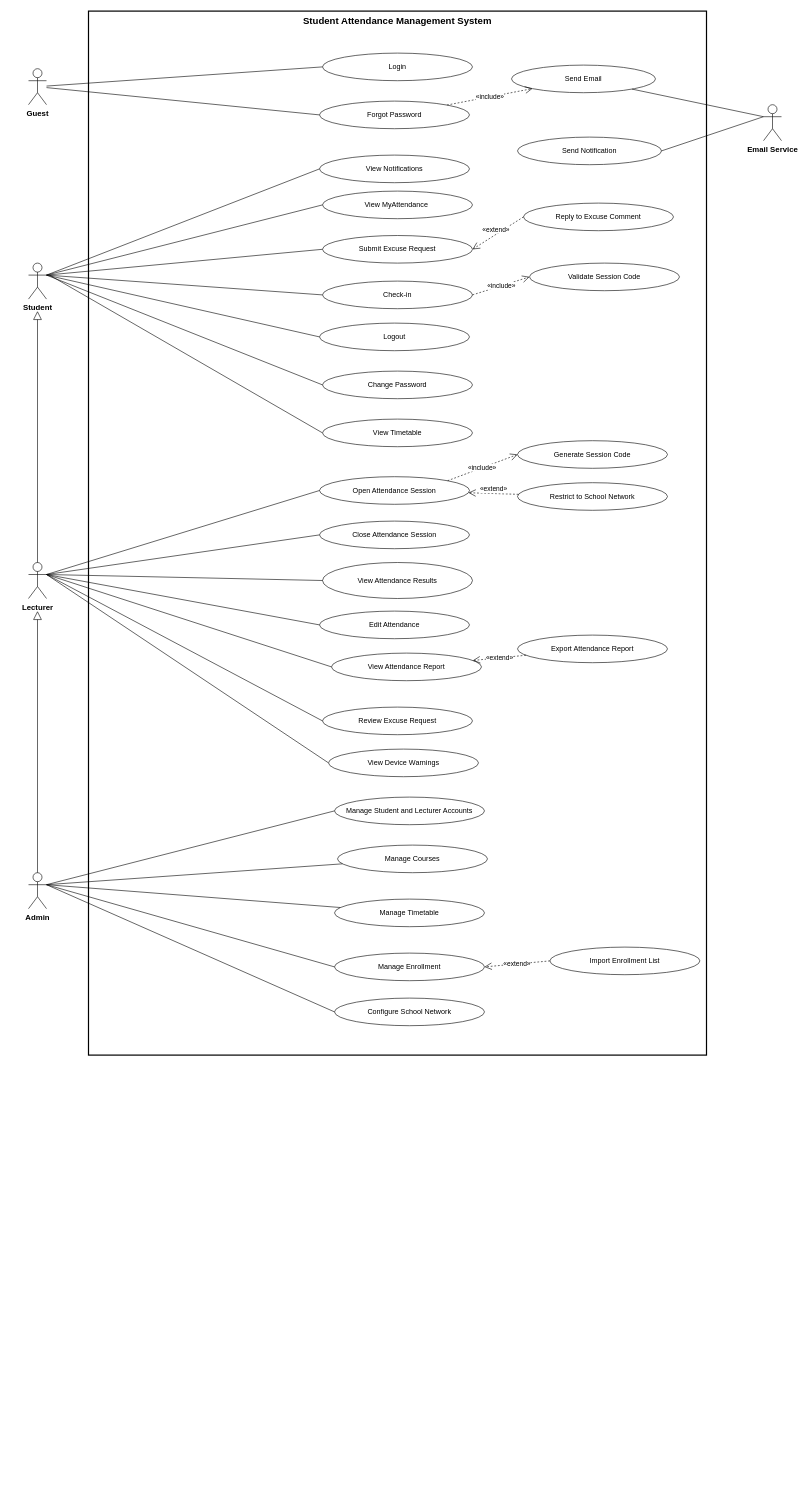
Above: Student_Attendance_Usecase.drawio.xml in QnTIie2409/CNPM-GROUP03 (draw.io), before the change. Source tidied: cells renumbered, new cells numbered last; positions are measured from the earlier drawing's top-left corner, leaving out a move shared by most shapes. Both pictures are drawn from the tidied source at 60%, with x=0, y=0 at pixel (28, 11).
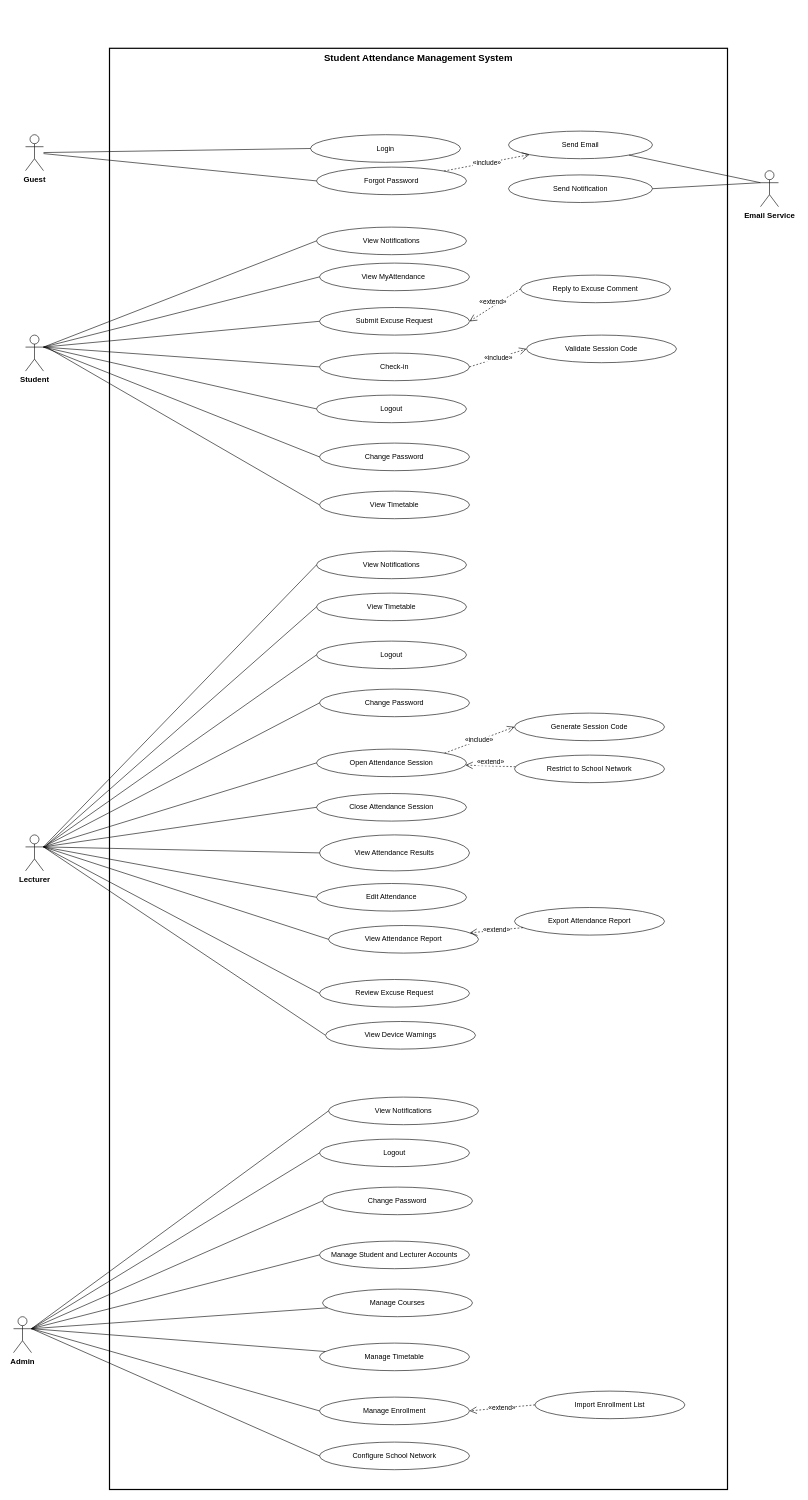
The same page after the edit.

The edit, as a diff of the source:
```diff
@@
     <mxCell id="2" value="Student Attendance Management System" style="rounded=0;whiteSpace=wrap;html=1;fillColor=none;verticalAlign=top;fontStyle=1;fontSize=16;strokeWidth=2;" parent="1" vertex="1">
-      <mxGeometry x="100" width="1030" height="1740" as="geometry" />
+      <mxGeometry x="135" y="62" width="1030" height="2402" as="geometry" />
     </mxCell>
     <mxCell id="3" value="Guest" style="shape=umlActor;verticalLabelPosition=bottom;verticalAlign=top;html=1;outlineConnect=0;fontStyle=1;fontSize=13;" parent="1" vertex="1">
-      <mxGeometry y="96" width="30" height="60" as="geometry" />
+      <mxGeometry x="-5" y="206" width="30" height="60" as="geometry" />
     </mxCell>
     <mxCell id="4" value="Student" style="shape=umlActor;verticalLabelPosition=bottom;verticalAlign=top;html=1;outlineConnect=0;fontStyle=1;fontSize=13;" parent="1" vertex="1">
-      <mxGeometry y="420" width="30" height="60" as="geometry" />
+      <mxGeometry x="-5" y="540" width="30" height="60" as="geometry" />
     </mxCell>
     <mxCell id="5" value="Lecturer" style="shape=umlActor;verticalLabelPosition=bottom;verticalAlign=top;html=1;outlineConnect=0;fontStyle=1;fontSize=13;" parent="1" vertex="1">
-      <mxGeometry y="919" width="30" height="60" as="geometry" />
+      <mxGeometry x="-5" y="1373" width="30" height="60" as="geometry" />
     </mxCell>
     <mxCell id="6" value="Admin" style="shape=umlActor;verticalLabelPosition=bottom;verticalAlign=top;html=1;outlineConnect=0;fontStyle=1;fontSize=13;" parent="1" vertex="1">
-      <mxGeometry y="1436" width="30" height="60" as="geometry" />
+      <mxGeometry x="-25" y="2176" width="30" height="60" as="geometry" />
     </mxCell>
     <mxCell id="7" value="Email Service" style="shape=umlActor;verticalLabelPosition=bottom;verticalAlign=top;html=1;outlineConnect=0;fontStyle=1;fontSize=13;" parent="1" vertex="1">
-      <mxGeometry x="1225" y="156" width="30" height="60" as="geometry" />
+      <mxGeometry x="1220" y="266" width="30" height="60" as="geometry" />
     </mxCell>
     <mxCell id="8" value="Login" style="ellipse;whiteSpace=wrap;html=1;fontSize=12;fillColor=#ffffff;strokeColor=#000000;" parent="1" vertex="1">
-      <mxGeometry x="490" y="70" width="250" height="46" as="geometry" />
+      <mxGeometry x="470" y="206" width="250" height="46" as="geometry" />
     </mxCell>
     <mxCell id="9" value="Forgot Password" style="ellipse;whiteSpace=wrap;html=1;fontSize=12;fillColor=#ffffff;strokeColor=#000000;" parent="1" vertex="1">
-      <mxGeometry x="485" y="150" width="250" height="46" as="geometry" />
+      <mxGeometry x="480" y="260" width="250" height="46" as="geometry" />
     </mxCell>
     <mxCell id="10" value="Logout" style="ellipse;whiteSpace=wrap;html=1;fontSize=12;fillColor=#ffffff;strokeColor=#000000;" parent="1" vertex="1">
-      <mxGeometry x="485" y="520" width="250" height="46" as="geometry" />
+      <mxGeometry x="480" y="640" width="250" height="46" as="geometry" />
     </mxCell>
     <mxCell id="11" value="Change Password" style="ellipse;whiteSpace=wrap;html=1;fontSize=12;fillColor=#ffffff;strokeColor=#000000;" parent="1" vertex="1">
-      <mxGeometry x="490" y="600" width="250" height="46" as="geometry" />
+      <mxGeometry x="485" y="720" width="250" height="46" as="geometry" />
     </mxCell>
     <mxCell id="12" value="View Notifications" style="ellipse;whiteSpace=wrap;html=1;fontSize=12;fillColor=#ffffff;strokeColor=#000000;" parent="1" vertex="1">
-      <mxGeometry x="485" y="240" width="250" height="46" as="geometry" />
+      <mxGeometry x="480" y="360" width="250" height="46" as="geometry" />
     </mxCell>
     <mxCell id="13" value="Send Email" style="ellipse;whiteSpace=wrap;html=1;fontSize=12;fillColor=#ffffff;strokeColor=#000000;" parent="1" vertex="1">
-      <mxGeometry x="805" y="90" width="240" height="46" as="geometry" />
+      <mxGeometry x="800" y="200" width="240" height="46" as="geometry" />
     </mxCell>
     <mxCell id="14" value="Check-in" style="ellipse;whiteSpace=wrap;html=1;fontSize=12;fillColor=#ffffff;strokeColor=#000000;" parent="1" vertex="1">
-      <mxGeometry x="490" y="450" width="250" height="46" as="geometry" />
+      <mxGeometry x="485" y="570" width="250" height="46" as="geometry" />
     </mxCell>
     <mxCell id="15" value="Validate Session Code" style="ellipse;whiteSpace=wrap;html=1;fontSize=12;fillColor=#ffffff;strokeColor=#000000;" parent="1" vertex="1">
-      <mxGeometry x="835" y="420" width="250" height="46" as="geometry" />
+      <mxGeometry x="830" y="540" width="250" height="46" as="geometry" />
     </mxCell>
     <mxCell id="16" value="View MyAttendance&amp;nbsp;" style="ellipse;whiteSpace=wrap;html=1;fontSize=12;fillColor=#ffffff;strokeColor=#000000;" parent="1" vertex="1">
-      <mxGeometry x="490" y="300" width="250" height="46" as="geometry" />
+      <mxGeometry x="485" y="420" width="250" height="46" as="geometry" />
     </mxCell>
     <mxCell id="17" value="Submit Excuse Request" style="ellipse;whiteSpace=wrap;html=1;fontSize=12;fillColor=#ffffff;strokeColor=#000000;" parent="1" vertex="1">
-      <mxGeometry x="490" y="374" width="250" height="46" as="geometry" />
+      <mxGeometry x="485" y="494" width="250" height="46" as="geometry" />
     </mxCell>
     <mxCell id="18" value="Open Attendance Session" style="ellipse;whiteSpace=wrap;html=1;fontSize=12;fillColor=#ffffff;strokeColor=#000000;" parent="1" vertex="1">
-      <mxGeometry x="485" y="776" width="250" height="46" as="geometry" />
+      <mxGeometry x="480" y="1230" width="250" height="46" as="geometry" />
     </mxCell>
     <mxCell id="19" value="Generate Session Code" style="ellipse;whiteSpace=wrap;html=1;fontSize=12;fillColor=#ffffff;strokeColor=#000000;" parent="1" vertex="1">
-      <mxGeometry x="815" y="716" width="250" height="46" as="geometry" />
+      <mxGeometry x="810" y="1170" width="250" height="46" as="geometry" />
     </mxCell>
     <mxCell id="20" value="Restrict to School Network" style="ellipse;whiteSpace=wrap;html=1;fontSize=12;fillColor=#ffffff;strokeColor=#000000;" parent="1" vertex="1">
-      <mxGeometry x="815" y="786" width="250" height="46" as="geometry" />
+      <mxGeometry x="810" y="1240" width="250" height="46" as="geometry" />
     </mxCell>
     <mxCell id="21" value="Close Attendance Session" style="ellipse;whiteSpace=wrap;html=1;fontSize=12;fillColor=#ffffff;strokeColor=#000000;" parent="1" vertex="1">
-      <mxGeometry x="485" y="850" width="250" height="46" as="geometry" />
+      <mxGeometry x="480" y="1304" width="250" height="46" as="geometry" />
     </mxCell>
     <mxCell id="22" value="View Attendance Results" style="ellipse;whiteSpace=wrap;html=1;fontSize=12;fillColor=#ffffff;strokeColor=#000000;" parent="1" vertex="1">
-      <mxGeometry x="490" y="919" width="250" height="60" as="geometry" />
+      <mxGeometry x="485" y="1373" width="250" height="60" as="geometry" />
     </mxCell>
     <mxCell id="23" value="Edit Attendance" style="ellipse;whiteSpace=wrap;html=1;fontSize=12;fillColor=#ffffff;strokeColor=#000000;" parent="1" vertex="1">
-      <mxGeometry x="485" y="1000" width="250" height="46" as="geometry" />
+      <mxGeometry x="480" y="1454" width="250" height="46" as="geometry" />
     </mxCell>
     <mxCell id="24" value="View Attendance Report" style="ellipse;whiteSpace=wrap;html=1;fontSize=12;fillColor=#ffffff;strokeColor=#000000;" parent="1" vertex="1">
-      <mxGeometry x="505" y="1070" width="250" height="46" as="geometry" />
+      <mxGeometry x="500" y="1524" width="250" height="46" as="geometry" />
     </mxCell>
     <mxCell id="25" value="Export Attendance Report" style="ellipse;whiteSpace=wrap;html=1;fontSize=12;fillColor=#ffffff;strokeColor=#000000;" parent="1" vertex="1">
-      <mxGeometry x="815" y="1040" width="250" height="46" as="geometry" />
+      <mxGeometry x="810" y="1494" width="250" height="46" as="geometry" />
     </mxCell>
     <mxCell id="26" value="Review Excuse Request" style="ellipse;whiteSpace=wrap;html=1;fontSize=12;fillColor=#ffffff;strokeColor=#000000;" parent="1" vertex="1">
-      <mxGeometry x="490" y="1160" width="250" height="46" as="geometry" />
+      <mxGeometry x="485" y="1614" width="250" height="46" as="geometry" />
     </mxCell>
     <mxCell id="27" value="Manage Student and Lecturer Accounts" style="ellipse;whiteSpace=wrap;html=1;fontSize=12;fillColor=#ffffff;strokeColor=#000000;" parent="1" vertex="1">
-      <mxGeometry x="510" y="1310" width="250" height="46" as="geometry" />
+      <mxGeometry x="485" y="2050" width="250" height="46" as="geometry" />
     </mxCell>
     <mxCell id="28" value="Manage Courses" style="ellipse;whiteSpace=wrap;html=1;fontSize=12;fillColor=#ffffff;strokeColor=#000000;" parent="1" vertex="1">
-      <mxGeometry x="515" y="1390" width="250" height="46" as="geometry" />
+      <mxGeometry x="490" y="2130" width="250" height="46" as="geometry" />
     </mxCell>
     <mxCell id="29" value="Manage Timetable" style="ellipse;whiteSpace=wrap;html=1;fontSize=12;fillColor=#ffffff;strokeColor=#000000;" parent="1" vertex="1">
-      <mxGeometry x="510" y="1480" width="250" height="46" as="geometry" />
+      <mxGeometry x="485" y="2220" width="250" height="46" as="geometry" />
     </mxCell>
     <mxCell id="30" value="Manage Enrollment" style="ellipse;whiteSpace=wrap;html=1;fontSize=12;fillColor=#ffffff;strokeColor=#000000;" parent="1" vertex="1">
-      <mxGeometry x="510" y="1570" width="250" height="46" as="geometry" />
+      <mxGeometry x="485" y="2310" width="250" height="46" as="geometry" />
     </mxCell>
     <mxCell id="31" value="Import Enrollment List" style="ellipse;whiteSpace=wrap;html=1;fontSize=12;fillColor=#ffffff;strokeColor=#000000;" parent="1" vertex="1">
-      <mxGeometry x="869" y="1560" width="250" height="46" as="geometry" />
+      <mxGeometry x="844" y="2300" width="250" height="46" as="geometry" />
     </mxCell>
     <mxCell id="32" value="Configure School Network" style="ellipse;whiteSpace=wrap;html=1;fontSize=12;fillColor=#ffffff;strokeColor=#000000;" parent="1" vertex="1">
-      <mxGeometry x="510" y="1645" width="250" height="46" as="geometry" />
+      <mxGeometry x="485" y="2385" width="250" height="46" as="geometry" />
     </mxCell>
@@
     <mxCell id="59" value="Reply to Excuse Comment" style="ellipse;whiteSpace=wrap;html=1;fontSize=12;fillColor=#ffffff;strokeColor=#000000;" parent="1" vertex="1">
-      <mxGeometry x="825" y="320" width="250" height="46" as="geometry" />
+      <mxGeometry x="820" y="440" width="250" height="46" as="geometry" />
     </mxCell>
@@
     <mxCell id="61" value="Send Notification" style="ellipse;whiteSpace=wrap;html=1;fontSize=12;fillColor=#ffffff;strokeColor=#000000;" parent="1" vertex="1">
-      <mxGeometry x="815" y="210" width="240" height="46" as="geometry" />
+      <mxGeometry x="800" y="273" width="240" height="46" as="geometry" />
     </mxCell>
@@
-    <mxCell id="63" style="endArrow=block;endFill=0;endSize=12;html=1;rounded=0;defaultLabelBackgroundColor=page;" parent="1" edge="1" source="5">
-      <mxGeometry relative="1" as="geometry">
-        <mxPoint x="15" y="500" as="targetPoint" />
-      </mxGeometry>
-    </mxCell>
-    <mxCell id="64" style="endArrow=block;endFill=0;endSize=12;html=1;rounded=0;defaultLabelBackgroundColor=page;exitX=0.5;exitY=0;exitDx=0;exitDy=0;exitPerimeter=0;" parent="1" edge="1" source="6">
-      <mxGeometry relative="1" as="geometry">
-        <mxPoint x="15" y="1000" as="targetPoint" />
-      </mxGeometry>
-    </mxCell>
     <mxCell id="65" style="endArrow=none;html=1;rounded=0;defaultLabelBackgroundColor=page;entryX=0;entryY=0.5;entryDx=0;entryDy=0;" parent="1" edge="1" target="66">
       <mxGeometry relative="1" as="geometry">
-        <mxPoint x="35" y="440" as="sourcePoint" />
+        <mxPoint x="30" y="560" as="sourcePoint" />
       </mxGeometry>
     </mxCell>
     <mxCell id="66" value="View Timetable" style="ellipse;whiteSpace=wrap;html=1;fontSize=12;fillColor=#ffffff;strokeColor=#000000;" parent="1" vertex="1">
-      <mxGeometry x="490" y="680" width="250" height="46" as="geometry" />
+      <mxGeometry x="485" y="800" width="250" height="46" as="geometry" />
     </mxCell>
@@
     <mxCell id="68" value="View Device Warnings" style="ellipse;whiteSpace=wrap;html=1;fontSize=12;fillColor=#ffffff;strokeColor=#000000;" parent="1" vertex="1">
-      <mxGeometry x="500" y="1230" width="250" height="46" as="geometry" />
+      <mxGeometry x="495" y="1684" width="250" height="46" as="geometry" />
     </mxCell>
+    <mxCell id="69" value="Logout" style="ellipse;whiteSpace=wrap;html=1;fontSize=12;fillColor=#ffffff;strokeColor=#000000;" parent="1" vertex="1">
+      <mxGeometry x="480" y="1050" width="250" height="46" as="geometry" />
+    </mxCell>
+    <mxCell id="70" value="Change Password" style="ellipse;whiteSpace=wrap;html=1;fontSize=12;fillColor=#ffffff;strokeColor=#000000;" parent="1" vertex="1">
+      <mxGeometry x="485" y="1130" width="250" height="46" as="geometry" />
+    </mxCell>
+    <mxCell id="71" value="Logout" style="ellipse;whiteSpace=wrap;html=1;fontSize=12;fillColor=#ffffff;strokeColor=#000000;" parent="1" vertex="1">
+      <mxGeometry x="485" y="1880" width="250" height="46" as="geometry" />
+    </mxCell>
+    <mxCell id="72" value="Change Password" style="ellipse;whiteSpace=wrap;html=1;fontSize=12;fillColor=#ffffff;strokeColor=#000000;" parent="1" vertex="1">
+      <mxGeometry x="490" y="1960" width="250" height="46" as="geometry" />
+    </mxCell>
+    <mxCell id="73" value="View Timetable" style="ellipse;whiteSpace=wrap;html=1;fontSize=12;fillColor=#ffffff;strokeColor=#000000;" parent="1" vertex="1">
+      <mxGeometry x="480" y="970" width="250" height="46" as="geometry" />
+    </mxCell>
+    <mxCell id="74" style="endArrow=none;html=1;rounded=0;strokeColor=#000000;entryX=0;entryY=0.5;entryDx=0;entryDy=0;exitX=1;exitY=0.3333333333333333;exitDx=0;exitDy=0;exitPerimeter=0;" parent="1" edge="1" source="5" target="70">
+      <mxGeometry relative="1" as="geometry" />
+    </mxCell>
+    <mxCell id="75" style="endArrow=none;html=1;rounded=0;strokeColor=#000000;entryX=0;entryY=0.5;entryDx=0;entryDy=0;" parent="1" edge="1" target="69">
+      <mxGeometry relative="1" as="geometry">
+        <mxPoint x="30" y="1390" as="sourcePoint" />
+      </mxGeometry>
+    </mxCell>
+    <mxCell id="76" style="endArrow=none;html=1;rounded=0;strokeColor=#000000;entryX=0;entryY=0.5;entryDx=0;entryDy=0;" parent="1" edge="1" target="73">
+      <mxGeometry relative="1" as="geometry">
+        <mxPoint x="30" y="1390" as="sourcePoint" />
+      </mxGeometry>
+    </mxCell>
+    <mxCell id="77" style="endArrow=none;html=1;rounded=0;strokeColor=#000000;entryX=0;entryY=0.5;entryDx=0;entryDy=0;exitX=1;exitY=0.3333333333333333;exitDx=0;exitDy=0;exitPerimeter=0;" parent="1" edge="1" source="6" target="71">
+      <mxGeometry relative="1" as="geometry" />
+    </mxCell>
+    <mxCell id="78" style="endArrow=none;html=1;rounded=0;strokeColor=#000000;entryX=0;entryY=0.5;entryDx=0;entryDy=0;exitX=1;exitY=0.3333333333333333;exitDx=0;exitDy=0;exitPerimeter=0;" parent="1" edge="1" source="6" target="72">
+      <mxGeometry relative="1" as="geometry" />
+    </mxCell>
+    <mxCell id="79" value="View Notifications" style="ellipse;whiteSpace=wrap;html=1;fontSize=12;fillColor=#ffffff;strokeColor=#000000;" parent="1" vertex="1">
+      <mxGeometry x="480" y="900" width="250" height="46" as="geometry" />
+    </mxCell>
+    <mxCell id="80" value="View Notifications" style="ellipse;whiteSpace=wrap;html=1;fontSize=12;fillColor=#ffffff;strokeColor=#000000;" parent="1" vertex="1">
+      <mxGeometry x="500" y="1810" width="250" height="46" as="geometry" />
+    </mxCell>
+    <mxCell id="81" style="endArrow=none;html=1;rounded=0;strokeColor=#000000;entryX=0;entryY=0.5;entryDx=0;entryDy=0;exitX=1;exitY=0.3333333333333333;exitDx=0;exitDy=0;exitPerimeter=0;" parent="1" edge="1" source="6" target="80">
+      <mxGeometry relative="1" as="geometry" />
+    </mxCell>
+    <mxCell id="82" style="endArrow=none;html=1;rounded=0;strokeColor=#000000;entryX=0;entryY=0.5;entryDx=0;entryDy=0;exitX=1;exitY=0.3333333333333333;exitDx=0;exitDy=0;exitPerimeter=0;" parent="1" edge="1" source="5" target="79">
+      <mxGeometry relative="1" as="geometry" />
+    </mxCell>
```
